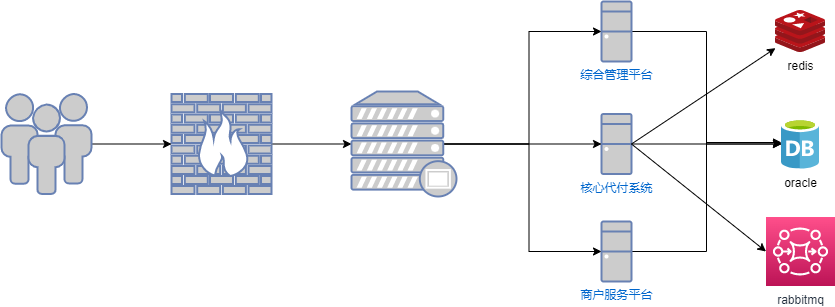
songyibo2019/mydiagrams keeps this draw.io diagram as Untitled Diagram.drawio.png. Above is the earlier version. Source tidied: cells renumbered, new cells last; positions are measured from the earlier drawing's top-left corner, leaving out a move shared by most shapes.
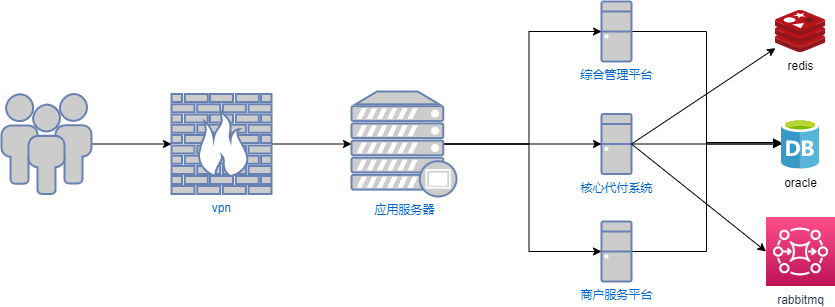
Above is the later version.

What changed in the source:
```diff
@@ -5,7 +5,7 @@
     <mxCell id="2" style="edgeStyle=orthogonalEdgeStyle;rounded=0;jettySize=auto;html=1;exitX=1;exitY=0.5;exitDx=0;exitDy=0;exitPerimeter=0;entryX=0;entryY=0.5;entryDx=0;entryDy=0;entryPerimeter=0;" parent="1" edge="1" source="3" target="15">
       <mxGeometry relative="1" as="geometry" />
     </mxCell>
-    <mxCell id="3" style="fontColor=#0066CC;verticalAlign=top;verticalLabelPosition=bottom;labelPosition=center;align=center;html=1;outlineConnect=0;fillColor=#CCCCCC;strokeColor=#6881B3;gradientColor=none;gradientDirection=north;strokeWidth=2;shape=mxgraph.networks.firewall;" parent="1" vertex="1">
+    <mxCell id="3" value="vpn" style="fontColor=#0066CC;verticalAlign=top;verticalLabelPosition=bottom;labelPosition=center;align=center;html=1;outlineConnect=0;fillColor=#CCCCCC;strokeColor=#6881B3;gradientColor=none;gradientDirection=north;strokeWidth=2;shape=mxgraph.networks.firewall;" parent="1" vertex="1">
       <mxGeometry x="170" y="92.5" width="100" height="100" as="geometry" />
     </mxCell>
     <mxCell id="4" style="edgeStyle=orthogonalEdgeStyle;rounded=0;jettySize=auto;html=1;exitX=1;exitY=0.5;exitDx=0;exitDy=0;exitPerimeter=0;entryX=0;entryY=0.5;entryDx=0;entryDy=0;entryPerimeter=0;" parent="1" edge="1" source="5" target="18">
@@ -41,7 +41,7 @@
     <mxCell id="14" style="edgeStyle=orthogonalEdgeStyle;rounded=0;jettySize=auto;html=1;exitX=0.88;exitY=0.5;exitDx=0;exitDy=0;exitPerimeter=0;entryX=0;entryY=0.5;entryDx=0;entryDy=0;entryPerimeter=0;" parent="1" edge="1" source="15" target="11">
       <mxGeometry relative="1" as="geometry" />
     </mxCell>
-    <mxCell id="15" style="fontColor=#0066CC;verticalAlign=top;verticalLabelPosition=bottom;labelPosition=center;align=center;html=1;outlineConnect=0;fillColor=#CCCCCC;strokeColor=#6881B3;gradientColor=none;gradientDirection=north;strokeWidth=2;shape=mxgraph.networks.proxy_server;" parent="1" vertex="1">
+    <mxCell id="15" value="应用服务器" style="fontColor=#0066CC;verticalAlign=top;verticalLabelPosition=bottom;labelPosition=center;align=center;html=1;outlineConnect=0;fillColor=#CCCCCC;strokeColor=#6881B3;gradientColor=none;gradientDirection=north;strokeWidth=2;shape=mxgraph.networks.proxy_server;" parent="1" vertex="1">
       <mxGeometry x="350" y="90" width="105" height="105" as="geometry" />
     </mxCell>
     <mxCell id="16" value="redis" style="sketch=0;html=1;points=[];align=center;image;fontSize=12;image=img/lib/mscae/Cache_Redis_Product.svg;" parent="1" vertex="1">
```
